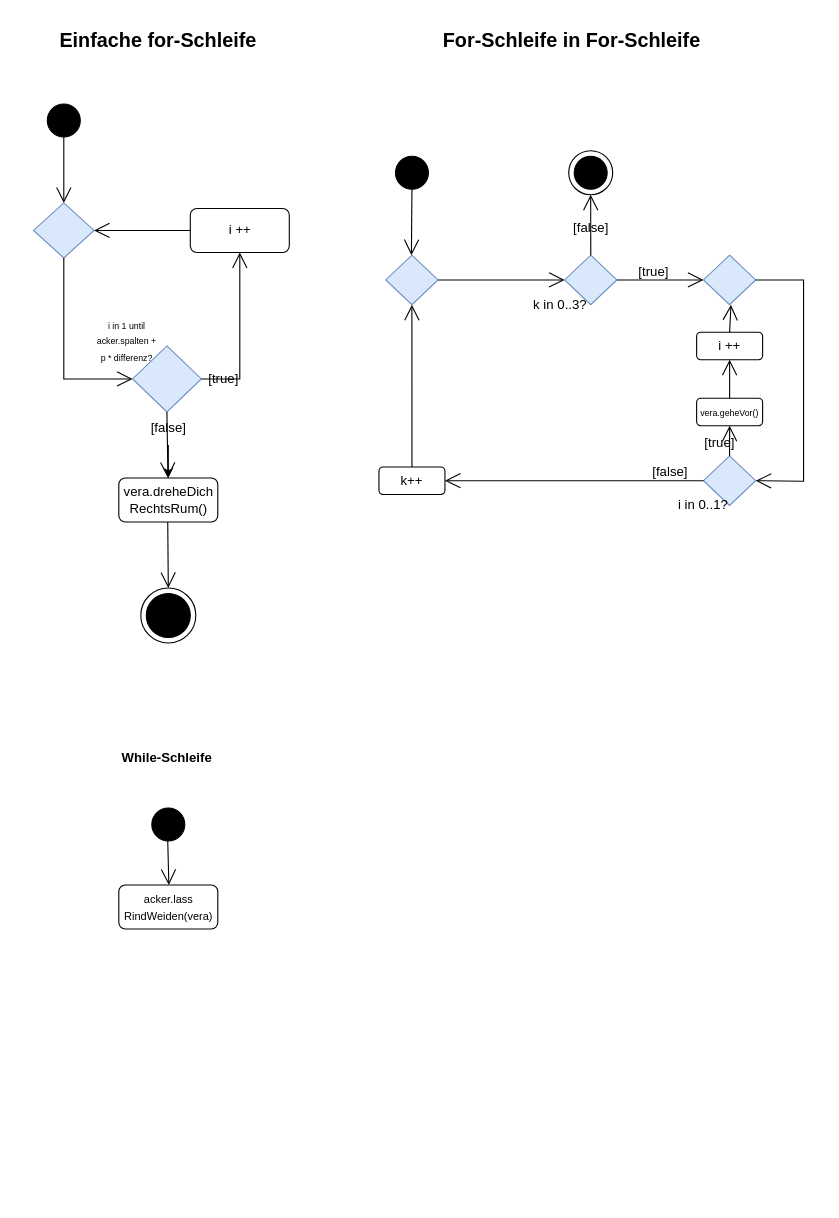
NeonEnigma/NeonEnigma keeps this draw.io diagram as Unbenanntes Diagramm.drawio. Above is the earlier version. Source tidied: cells renumbered, new cells numbered last; positions are measured from the earlier drawing's top-left corner, leaving out a move shared by most shapes. Both pictures are drawn from the tidied source at 110%, with x=0, y=0 at pixel (33, 19).
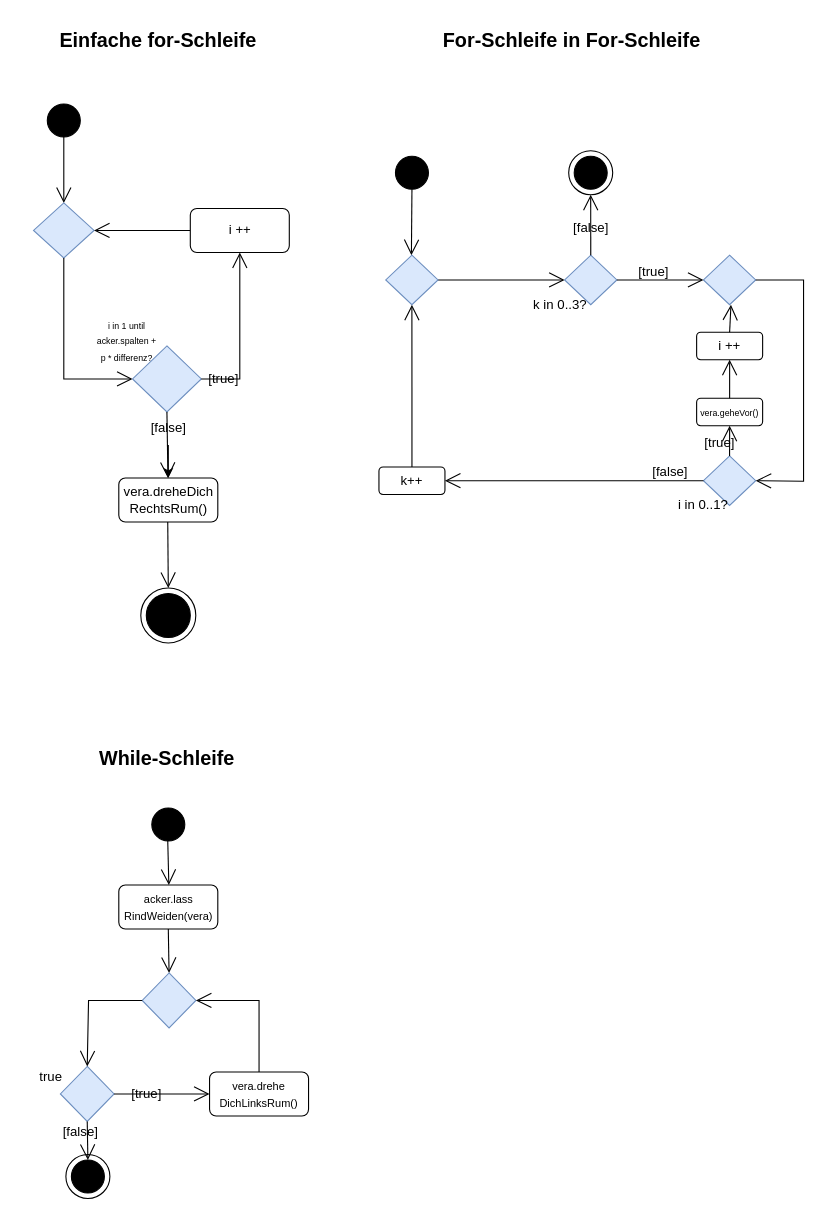
The same diagram, later.

The change refers to these unchanged cells:
```xml
<mxCell id="50" value="&lt;div&gt;&lt;font style=&quot;font-size: 10px;&quot;&gt;acker.lass&lt;/font&gt;&lt;/div&gt;&lt;div&gt;&lt;font style=&quot;font-size: 10px;&quot;&gt;RindWeiden(vera)&lt;/font&gt;&lt;/div&gt;" style="rounded=1;whiteSpace=wrap;html=1;" parent="1" vertex="1">
  <mxGeometry x="77.5" y="787" width="90" height="40" as="geometry" />
</mxCell>
```

Diff of the diagram source:
```diff
@@
-    <mxCell id="47" value="&lt;b&gt;While-Schleife&lt;/b&gt;" style="text;html=1;align=center;verticalAlign=middle;strokeColor=none;fillColor=none;" parent="1" vertex="1">
-      <mxGeometry x="66.2" y="657" width="110" height="30" as="geometry" />
+    <mxCell id="47" value="&lt;b&gt;&lt;font style=&quot;font-size: 18px;&quot;&gt;While-Schleife&lt;/font&gt;&lt;/b&gt;" style="text;html=1;align=center;verticalAlign=middle;strokeColor=none;fillColor=none;" parent="1" vertex="1">
+      <mxGeometry x="46.2" y="652" width="150" height="40" as="geometry" />
     </mxCell>
@@
+    <mxCell id="51" style="endArrow=open;endFill=1;endSize=12;html=1;rounded=0;exitX=0.5;exitY=1;exitDx=0;exitDy=0;entryX=0.5;entryY=0;entryDx=0;entryDy=0;" parent="1" edge="1" source="50" target="52">
+      <mxGeometry relative="1" as="geometry" />
+    </mxCell>
+    <mxCell id="52" style="rhombus;whiteSpace=wrap;html=1;fillColor=#dae8fc;strokeColor=#6c8ebf;" parent="1" vertex="1">
+      <mxGeometry x="98.8" y="867" width="48.8" height="50" as="geometry" />
+    </mxCell>
+    <mxCell id="53" value="&lt;div&gt;&lt;font style=&quot;font-size: 10px;&quot;&gt;vera.&lt;span style=&quot;background-color: transparent; color: light-dark(rgb(0, 0, 0), rgb(255, 255, 255));&quot;&gt;drehe&lt;/span&gt;&lt;/font&gt;&lt;/div&gt;&lt;div&gt;&lt;font style=&quot;font-size: 10px;&quot;&gt;&lt;span style=&quot;background-color: transparent; color: light-dark(rgb(0, 0, 0), rgb(255, 255, 255));&quot;&gt;DichLinksRum()&lt;/span&gt;&lt;/font&gt;&lt;/div&gt;" style="rounded=1;whiteSpace=wrap;html=1;" parent="1" vertex="1">
+      <mxGeometry x="160" y="957" width="90" height="40" as="geometry" />
+    </mxCell>
+    <mxCell id="54" style="rhombus;whiteSpace=wrap;html=1;fillColor=#dae8fc;strokeColor=#6c8ebf;" parent="1" vertex="1">
+      <mxGeometry x="24.4" y="952" width="48.8" height="50" as="geometry" />
+    </mxCell>
+    <mxCell id="55" style="ellipse;whiteSpace=wrap;html=1;fillColor=none;" parent="1" vertex="1">
+      <mxGeometry x="29.4" y="1032" width="40" height="40" as="geometry" />
+    </mxCell>
+    <mxCell id="56" style="ellipse;whiteSpace=wrap;html=1;fillColor=#000000;" parent="1" vertex="1">
+      <mxGeometry x="34.4" y="1037" width="30" height="30" as="geometry" />
+    </mxCell>
+    <mxCell id="57" style="endArrow=open;endFill=1;endSize=12;html=1;rounded=0;exitX=0.5;exitY=0;exitDx=0;exitDy=0;entryX=1;entryY=0.5;entryDx=0;entryDy=0;" parent="1" edge="1" source="53" target="52">
+      <mxGeometry relative="1" as="geometry">
+        <Array as="points">
+          <mxPoint x="205" y="892" />
+        </Array>
+      </mxGeometry>
+    </mxCell>
+    <mxCell id="58" style="endArrow=open;endFill=1;endSize=12;html=1;rounded=0;exitX=0;exitY=0.5;exitDx=0;exitDy=0;entryX=0.5;entryY=0;entryDx=0;entryDy=0;" parent="1" edge="1" source="52" target="54">
+      <mxGeometry relative="1" as="geometry">
+        <Array as="points">
+          <mxPoint x="50" y="892" />
+        </Array>
+      </mxGeometry>
+    </mxCell>
+    <mxCell id="59" style="endArrow=open;endFill=1;endSize=12;html=1;rounded=0;exitX=1;exitY=0.5;exitDx=0;exitDy=0;entryX=0;entryY=0.5;entryDx=0;entryDy=0;" parent="1" edge="1" source="54" target="53">
+      <mxGeometry relative="1" as="geometry" />
+    </mxCell>
+    <mxCell id="60" style="endArrow=open;endFill=1;endSize=12;html=1;rounded=0;exitX=0.5;exitY=1;exitDx=0;exitDy=0;entryX=0.5;entryY=0;entryDx=0;entryDy=0;" parent="1" edge="1" source="54" target="56">
+      <mxGeometry relative="1" as="geometry" />
+    </mxCell>
+    <mxCell id="61" value="[true]" style="text;html=1;align=center;verticalAlign=middle;whiteSpace=wrap;rounded=0;" parent="1" vertex="1">
+      <mxGeometry x="73.1" y="962" width="60" height="30" as="geometry" />
+    </mxCell>
+    <mxCell id="62" value="[false]" style="text;html=1;align=center;verticalAlign=middle;whiteSpace=wrap;rounded=0;" parent="1" vertex="1">
+      <mxGeometry x="12.5" y="997" width="60" height="30" as="geometry" />
+    </mxCell>
+    <mxCell id="63" value="true" style="text;html=1;align=center;verticalAlign=middle;whiteSpace=wrap;rounded=0;" parent="1" vertex="1">
+      <mxGeometry x="-13.8" y="947" width="60" height="30" as="geometry" />
+    </mxCell>
```
